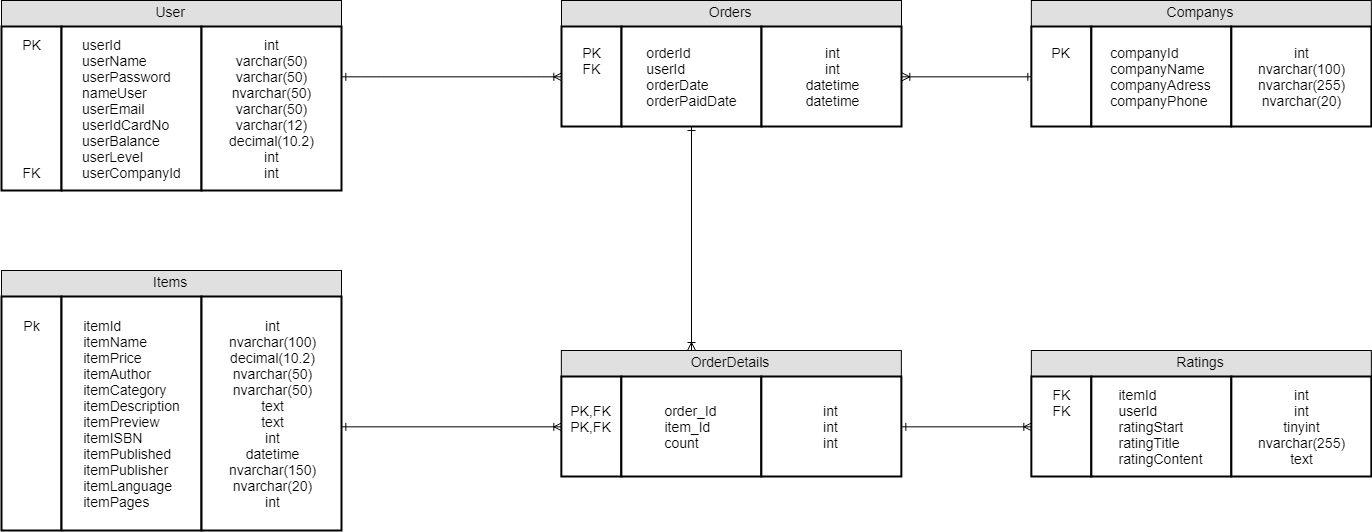
Earlier version of the draw.io export Documents/table.png (tung120320/E-Book-Order-G02). Source tidied: cells renumbered, new cells last; positions are measured from the earlier drawing's top-left corner, leaving out a move shared by most shapes.
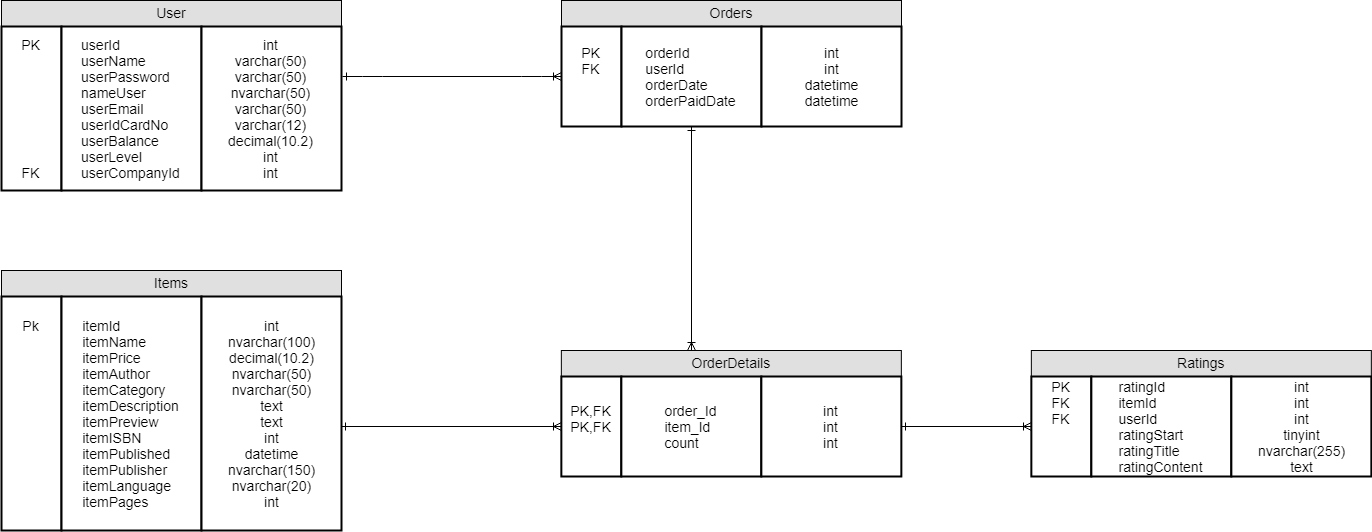
Later version of the same file.

Diff of the diagram source:
```diff
@@ -64,32 +64,17 @@
     <mxCell id="21" value="Ratings" style="text;align=center;verticalAlign=middle;spacingLeft=4;spacingRight=4;strokeColor=#000000;fillColor=#e0e0e0;fontSize=14;" parent="1" vertex="1">
       <mxGeometry x="1029.9" y="350" width="340" height="26" as="geometry" />
     </mxCell>
-    <mxCell id="22" value="FK&lt;br&gt;FK&lt;br&gt;&lt;br&gt;&lt;br&gt;&lt;br&gt;" style="strokeWidth=2;whiteSpace=wrap;html=1;align=center;fontSize=14;" parent="1" vertex="1">
+    <mxCell id="22" value="PK&lt;br&gt;FK&lt;br&gt;FK&lt;br&gt;&lt;br&gt;&lt;br&gt;&lt;br&gt;" style="strokeWidth=2;whiteSpace=wrap;html=1;align=center;fontSize=14;" parent="1" vertex="1">
       <mxGeometry x="1029.9" y="376" width="60" height="100" as="geometry" />
     </mxCell>
-    <mxCell id="23" value="&lt;div style=&quot;text-align: left&quot;&gt;&lt;span&gt;itemId&lt;/span&gt;&lt;br&gt;&lt;/div&gt;&lt;div style=&quot;text-align: left&quot;&gt;&lt;span&gt;userId&lt;/span&gt;&lt;span&gt;&lt;br&gt;&lt;/span&gt;&lt;/div&gt;&lt;div style=&quot;text-align: left&quot;&gt;&lt;span&gt;ratingStart&lt;/span&gt;&lt;span&gt;&lt;br&gt;&lt;/span&gt;&lt;/div&gt;&lt;div style=&quot;text-align: left&quot;&gt;&lt;span&gt;ratingTitle&lt;/span&gt;&lt;span&gt;&lt;br&gt;&lt;/span&gt;&lt;/div&gt;&lt;div style=&quot;text-align: left&quot;&gt;&lt;span&gt;ratingContent&lt;/span&gt;&lt;span&gt;&lt;br&gt;&lt;/span&gt;&lt;/div&gt;" style="strokeWidth=2;whiteSpace=wrap;html=1;align=center;fontSize=14;" parent="1" vertex="1">
+    <mxCell id="23" value="&lt;div style=&quot;text-align: left&quot;&gt;&lt;span&gt;ratingId&lt;/span&gt;&lt;/div&gt;&lt;div style=&quot;text-align: left&quot;&gt;&lt;span&gt;itemId&lt;/span&gt;&lt;br&gt;&lt;/div&gt;&lt;div style=&quot;text-align: left&quot;&gt;&lt;span&gt;userId&lt;/span&gt;&lt;span&gt;&lt;br&gt;&lt;/span&gt;&lt;/div&gt;&lt;div style=&quot;text-align: left&quot;&gt;&lt;span&gt;ratingStart&lt;/span&gt;&lt;span&gt;&lt;br&gt;&lt;/span&gt;&lt;/div&gt;&lt;div style=&quot;text-align: left&quot;&gt;&lt;span&gt;ratingTitle&lt;/span&gt;&lt;span&gt;&lt;br&gt;&lt;/span&gt;&lt;/div&gt;&lt;div style=&quot;text-align: left&quot;&gt;&lt;span&gt;ratingContent&lt;/span&gt;&lt;span&gt;&lt;br&gt;&lt;/span&gt;&lt;/div&gt;" style="strokeWidth=2;whiteSpace=wrap;html=1;align=center;fontSize=14;" parent="1" vertex="1">
       <mxGeometry x="1089.9" y="376" width="140" height="100" as="geometry" />
     </mxCell>
-    <mxCell id="24" value="int&lt;br&gt;int&lt;br&gt;tinyint&lt;br&gt;nvarchar(255)&lt;br&gt;text&lt;br&gt;" style="strokeWidth=2;whiteSpace=wrap;html=1;align=center;fontSize=14;" parent="1" vertex="1">
+    <mxCell id="24" value="int&lt;br&gt;int&lt;br&gt;int&lt;br&gt;tinyint&lt;br&gt;nvarchar(255)&lt;br&gt;text&lt;br&gt;" style="strokeWidth=2;whiteSpace=wrap;html=1;align=center;fontSize=14;" parent="1" vertex="1">
       <mxGeometry x="1229.9" y="376" width="140" height="100" as="geometry" />
     </mxCell>
     <mxCell id="25" style="fontSize=12;html=1;endArrow=ERoneToMany;startArrow=ERone;startFill=0;entryX=0;entryY=0.5;entryDx=0;entryDy=0;exitX=1;exitY=0.5;exitDx=0;exitDy=0;" parent="1" edge="1" source="13" target="22">
       <mxGeometry relative="1" as="geometry" />
     </mxCell>
-    <mxCell id="26" value="Companys" style="text;align=center;verticalAlign=middle;spacingLeft=4;spacingRight=4;strokeColor=#000000;fillColor=#e0e0e0;fontSize=14;" parent="1" vertex="1">
-      <mxGeometry x="1029.9" width="340" height="26" as="geometry" />
-    </mxCell>
-    <mxCell id="27" value="PK&lt;br&gt;&lt;br&gt;&lt;br&gt;&lt;br&gt;" style="strokeWidth=2;whiteSpace=wrap;html=1;align=center;fontSize=14;" parent="1" vertex="1">
-      <mxGeometry x="1029.9" y="26" width="60" height="100" as="geometry" />
-    </mxCell>
-    <mxCell id="28" value="&lt;div style=&quot;text-align: left&quot;&gt;&lt;span&gt;companyId&lt;/span&gt;&lt;br&gt;&lt;/div&gt;&lt;div style=&quot;text-align: left&quot;&gt;&lt;span&gt;companyName&lt;/span&gt;&lt;span&gt;&lt;br&gt;&lt;/span&gt;&lt;/div&gt;&lt;div style=&quot;text-align: left&quot;&gt;&lt;span&gt;companyAdress&lt;/span&gt;&lt;span&gt;&lt;br&gt;&lt;/span&gt;&lt;/div&gt;&lt;div style=&quot;text-align: left&quot;&gt;&lt;span&gt;companyPhone&lt;/span&gt;&lt;span&gt;&lt;br&gt;&lt;/span&gt;&lt;/div&gt;" style="strokeWidth=2;whiteSpace=wrap;html=1;align=center;fontSize=14;" parent="1" vertex="1">
-      <mxGeometry x="1089.9" y="26" width="140" height="100" as="geometry" />
-    </mxCell>
-    <mxCell id="29" value="int&lt;br&gt;nvarchar(100)&lt;br&gt;nvarchar(255)&lt;br&gt;nvarchar(20)&lt;br&gt;" style="strokeWidth=2;whiteSpace=wrap;html=1;align=center;fontSize=14;" parent="1" vertex="1">
-      <mxGeometry x="1229.9" y="26" width="140" height="100" as="geometry" />
-    </mxCell>
-    <mxCell id="30" style="fontSize=12;html=1;endArrow=ERoneToMany;startArrow=ERone;startFill=0;entryX=1;entryY=0.5;entryDx=0;entryDy=0;exitX=0;exitY=0.5;exitDx=0;exitDy=0;" parent="1" edge="1" source="27" target="9">
-      <mxGeometry relative="1" as="geometry" />
-    </mxCell>
   </root>
 </mxGraphModel>
```
